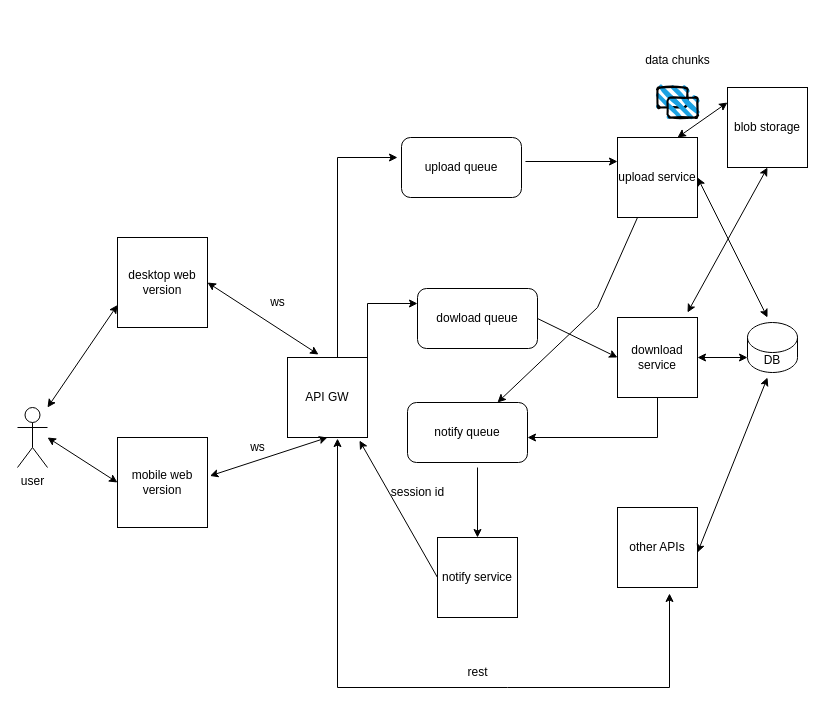
Before: large-file-upload.drawio in kasibkismath/systems-design, a draw.io diagram. Source tidied: cells renumbered, new cells numbered last; positions are measured from the earlier drawing's top-left corner, leaving out a move shared by most shapes. Both pictures are drawn from the tidied source at 100%, with x=0, y=0 at pixel (17, 45).
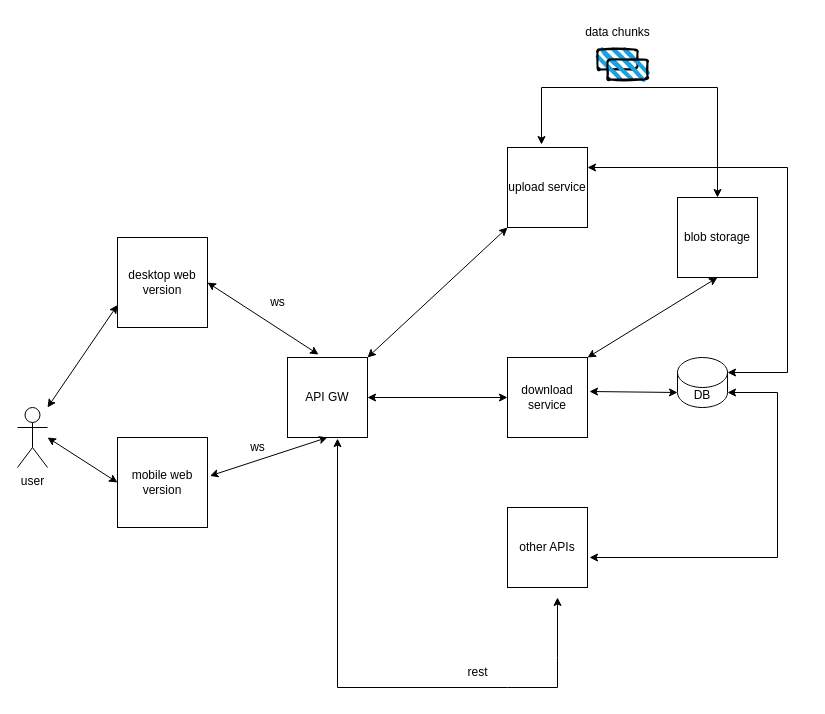
After the change.

Commit message:
removed message queues

The change refers to these unchanged cells:
```xml
<mxCell id="7" value="API GW" style="whiteSpace=wrap;html=1;" parent="1" vertex="1">
  <mxGeometry x="270" y="312" width="80" height="80" as="geometry" />
</mxCell>
```

The edit, as a diff of the source:
```diff
@@
     <mxCell id="10" value="upload service" style="whiteSpace=wrap;html=1;" parent="1" vertex="1">
-      <mxGeometry x="600" y="92" width="80" height="80" as="geometry" />
+      <mxGeometry x="490" y="102" width="80" height="80" as="geometry" />
     </mxCell>
     <mxCell id="11" value="download service" style="whiteSpace=wrap;html=1;" parent="1" vertex="1">
-      <mxGeometry x="600" y="272" width="80" height="80" as="geometry" />
+      <mxGeometry x="490" y="312" width="80" height="80" as="geometry" />
     </mxCell>
     <mxCell id="12" value="other APIs" style="whiteSpace=wrap;html=1;" parent="1" vertex="1">
-      <mxGeometry x="600" y="462" width="80" height="80" as="geometry" />
+      <mxGeometry x="490" y="462" width="80" height="80" as="geometry" />
     </mxCell>
-    <mxCell id="13" value="dowload queue" style="rounded=1;whiteSpace=wrap;html=1;" parent="1" vertex="1">
-      <mxGeometry x="400" y="243" width="120" height="60" as="geometry" />
-    </mxCell>
-    <mxCell id="14" style="endArrow=classic;startArrow=classic;html=1;rounded=0;entryX=0.65;entryY=1.075;entryDx=0;entryDy=0;entryPerimeter=0;exitX=0.625;exitY=1.013;exitDx=0;exitDy=0;exitPerimeter=0;" parent="1" edge="1" source="7" target="12">
+    <mxCell id="14" style="endArrow=classic;startArrow=classic;html=1;rounded=0;exitX=0.625;exitY=1.013;exitDx=0;exitDy=0;exitPerimeter=0;" parent="1" edge="1" source="7">
       <mxGeometry relative="1" as="geometry">
+        <mxPoint x="540" y="552" as="targetPoint" />
         <Array as="points">
           <mxPoint x="320" y="642" />
           <mxPoint x="490" y="642" />
-          <mxPoint x="652" y="642" />
+          <mxPoint x="540" y="642" />
+          <mxPoint x="540" y="612" />
         </Array>
       </mxGeometry>
     </mxCell>
@@
     <mxCell id="16" value="DB" style="shape=cylinder3;whiteSpace=wrap;html=1;boundedLbl=1;backgroundOutline=1;size=15;" parent="1" vertex="1">
-      <mxGeometry x="730" y="277" width="50" height="50" as="geometry" />
+      <mxGeometry x="660" y="312" width="50" height="50" as="geometry" />
     </mxCell>
-    <mxCell id="17" style="endArrow=classic;startArrow=classic;html=1;rounded=0;" parent="1" edge="1">
+    <mxCell id="17" style="endArrow=classic;startArrow=classic;html=1;rounded=0;exitX=1.025;exitY=0.625;exitDx=0;exitDy=0;exitPerimeter=0;entryX=1;entryY=1;entryDx=0;entryDy=-15;entryPerimeter=0;" parent="1" edge="1" source="12" target="16">
       <mxGeometry relative="1" as="geometry">
-        <mxPoint x="680" y="507" as="sourcePoint" />
-        <mxPoint x="750" y="332" as="targetPoint" />
+        <Array as="points">
+          <mxPoint x="760" y="512" />
+          <mxPoint x="760" y="347" />
+        </Array>
       </mxGeometry>
     </mxCell>
-    <mxCell id="18" style="endArrow=classic;startArrow=classic;html=1;rounded=0;exitX=1;exitY=0.5;exitDx=0;exitDy=0;entryX=0;entryY=1;entryDx=0;entryDy=-15;entryPerimeter=0;" parent="1" edge="1" source="11" target="16">
+    <mxCell id="18" style="endArrow=classic;startArrow=classic;html=1;rounded=0;exitX=1.025;exitY=0.425;exitDx=0;exitDy=0;entryX=0;entryY=1;entryDx=0;entryDy=-15;entryPerimeter=0;exitPerimeter=0;" parent="1" edge="1" source="11" target="16">
       <mxGeometry relative="1" as="geometry" />
     </mxCell>
-    <mxCell id="19" style="endArrow=classic;startArrow=classic;html=1;rounded=0;exitX=1;exitY=0.5;exitDx=0;exitDy=0;" parent="1" edge="1" source="10">
+    <mxCell id="19" style="endArrow=classic;startArrow=classic;html=1;rounded=0;exitX=1;exitY=0.25;exitDx=0;exitDy=0;entryX=1;entryY=0;entryDx=0;entryDy=15;entryPerimeter=0;" parent="1" edge="1" source="10" target="16">
       <mxGeometry relative="1" as="geometry">
-        <mxPoint x="750" y="272" as="targetPoint" />
+        <Array as="points">
+          <mxPoint x="770" y="122" />
+          <mxPoint x="770" y="327" />
+        </Array>
       </mxGeometry>
     </mxCell>
     <mxCell id="20" value="blob storage" style="whiteSpace=wrap;html=1;" parent="1" vertex="1">
-      <mxGeometry x="710" y="42" width="80" height="80" as="geometry" />
+      <mxGeometry x="660" y="152" width="80" height="80" as="geometry" />
     </mxCell>
-    <mxCell id="21" style="endArrow=classic;startArrow=classic;html=1;rounded=0;exitX=0.75;exitY=0;exitDx=0;exitDy=0;" parent="1" edge="1" source="10">
+    <mxCell id="21" style="endArrow=classic;startArrow=classic;html=1;rounded=0;entryX=0.5;entryY=0;entryDx=0;entryDy=0;exitX=0.425;exitY=-0.037;exitDx=0;exitDy=0;exitPerimeter=0;" parent="1" edge="1" source="10" target="20">
       <mxGeometry relative="1" as="geometry">
-        <mxPoint x="710" y="57" as="targetPoint" />
+        <Array as="points">
+          <mxPoint x="524" y="42" />
+          <mxPoint x="700" y="42" />
+        </Array>
       </mxGeometry>
     </mxCell>
-    <mxCell id="22" style="endArrow=classic;startArrow=classic;html=1;rounded=0;exitX=0.75;exitY=0;exitDx=0;exitDy=0;entryX=0.5;entryY=1;entryDx=0;entryDy=0;" parent="1" edge="1" target="20">
-      <mxGeometry relative="1" as="geometry">
-        <mxPoint x="670" y="267" as="sourcePoint" />
-      </mxGeometry>
+    <mxCell id="22" style="endArrow=classic;startArrow=classic;html=1;rounded=0;exitX=1;exitY=0;exitDx=0;exitDy=0;entryX=0.5;entryY=1;entryDx=0;entryDy=0;" parent="1" edge="1" source="11" target="20">
+      <mxGeometry relative="1" as="geometry" />
     </mxCell>
     <mxCell id="23" style="rounded=1;whiteSpace=wrap;html=1;strokeWidth=2;fillWeight=4;hachureGap=8;hachureAngle=45;fillColor=#1ba1e2;sketch=1;" parent="1" vertex="1">
-      <mxGeometry x="640" y="42" width="30" height="20" as="geometry" />
+      <mxGeometry x="580" y="4" width="40" height="20" as="geometry" />
     </mxCell>
-    <mxCell id="24" style="rounded=1;whiteSpace=wrap;html=1;strokeWidth=2;fillWeight=4;hachureGap=8;hachureAngle=45;fillColor=#1ba1e2;sketch=1;" parent="1" vertex="1">
-      <mxGeometry x="650" y="52" width="30" height="20" as="geometry" />
-    </mxCell>
     <mxCell id="25" value="data chunks" style="text;html=1;align=center;verticalAlign=middle;strokeColor=none;fillColor=none;" parent="1" vertex="1">
-      <mxGeometry x="615" width="90" height="30" as="geometry" />
+      <mxGeometry x="555" y="-28" width="90" height="30" as="geometry" />
     </mxCell>
-    <mxCell id="26" value="upload queue" style="rounded=1;whiteSpace=wrap;html=1;" parent="1" vertex="1">
-      <mxGeometry x="384" y="92" width="120" height="60" as="geometry" />
-    </mxCell>
-    <mxCell id="27" style="endArrow=classic;html=1;rounded=0;exitX=1.033;exitY=0.4;exitDx=0;exitDy=0;exitPerimeter=0;" parent="1" edge="1" source="26">
-      <mxGeometry relative="1" as="geometry">
-        <mxPoint x="600" y="116" as="targetPoint" />
-      </mxGeometry>
-    </mxCell>
-    <mxCell id="28" style="endArrow=classic;html=1;rounded=0;" parent="1" edge="1">
-      <mxGeometry relative="1" as="geometry">
-        <mxPoint x="320" y="312" as="sourcePoint" />
-        <mxPoint x="380" y="112" as="targetPoint" />
-        <Array as="points">
-          <mxPoint x="320" y="112" />
-        </Array>
-      </mxGeometry>
-    </mxCell>
-    <mxCell id="29" style="endArrow=classic;html=1;rounded=0;exitX=1;exitY=0;exitDx=0;exitDy=0;entryX=0;entryY=0.25;entryDx=0;entryDy=0;" parent="1" edge="1" source="7" target="13">
-      <mxGeometry relative="1" as="geometry">
-        <Array as="points">
-          <mxPoint x="350" y="258" />
-        </Array>
-      </mxGeometry>
-    </mxCell>
-    <mxCell id="30" style="endArrow=classic;html=1;rounded=0;exitX=1;exitY=0.5;exitDx=0;exitDy=0;entryX=0;entryY=0.5;entryDx=0;entryDy=0;" parent="1" edge="1" source="13" target="11">
-      <mxGeometry relative="1" as="geometry" />
-    </mxCell>
-    <mxCell id="31" value="notify service" style="whiteSpace=wrap;html=1;" parent="1" vertex="1">
-      <mxGeometry x="420" y="492" width="80" height="80" as="geometry" />
-    </mxCell>
@@
-    <mxCell id="34" value="notify queue" style="rounded=1;whiteSpace=wrap;html=1;" parent="1" vertex="1">
-      <mxGeometry x="390" y="357" width="120" height="60" as="geometry" />
-    </mxCell>
-    <mxCell id="35" style="endArrow=classic;html=1;rounded=0;exitX=0.25;exitY=1;exitDx=0;exitDy=0;entryX=0.75;entryY=0;entryDx=0;entryDy=0;" parent="1" edge="1" source="10" target="34">
-      <mxGeometry relative="1" as="geometry">
-        <Array as="points">
-          <mxPoint x="580" y="262" />
-        </Array>
-      </mxGeometry>
-    </mxCell>
-    <mxCell id="36" style="endArrow=classic;html=1;rounded=0;exitX=0.5;exitY=1;exitDx=0;exitDy=0;" parent="1" edge="1" source="11">
-      <mxGeometry relative="1" as="geometry">
-        <mxPoint x="510" y="392" as="targetPoint" />
-        <Array as="points">
-          <mxPoint x="640" y="392" />
-        </Array>
-      </mxGeometry>
-    </mxCell>
-    <mxCell id="37" style="endArrow=classic;html=1;rounded=0;entryX=0.5;entryY=0;entryDx=0;entryDy=0;" parent="1" edge="1" target="31">
-      <mxGeometry relative="1" as="geometry">
-        <mxPoint x="460" y="422" as="sourcePoint" />
-      </mxGeometry>
-    </mxCell>
-    <mxCell id="38" style="endArrow=classic;html=1;rounded=0;entryX=0.9;entryY=1.038;entryDx=0;entryDy=0;entryPerimeter=0;exitX=0;exitY=0.5;exitDx=0;exitDy=0;" parent="1" edge="1" source="31" target="7">
-      <mxGeometry relative="1" as="geometry" />
-    </mxCell>
-    <mxCell id="39" value="session id" style="text;html=1;align=center;verticalAlign=middle;strokeColor=none;fillColor=none;" parent="1" vertex="1">
-      <mxGeometry x="360" y="432" width="80" height="30" as="geometry" />
-    </mxCell>
+    <mxCell id="40" style="endArrow=classic;startArrow=classic;html=1;rounded=0;entryX=0;entryY=0.5;entryDx=0;entryDy=0;exitX=1;exitY=0.5;exitDx=0;exitDy=0;" parent="1" edge="1" source="7" target="11">
+      <mxGeometry relative="1" as="geometry" />
+    </mxCell>
+    <mxCell id="41" style="endArrow=classic;startArrow=classic;html=1;rounded=0;entryX=0;entryY=1;entryDx=0;entryDy=0;" parent="1" edge="1" target="10">
+      <mxGeometry relative="1" as="geometry">
+        <mxPoint x="350" y="312" as="sourcePoint" />
+      </mxGeometry>
+    </mxCell>
+    <mxCell id="42" style="rounded=1;whiteSpace=wrap;html=1;strokeWidth=2;fillWeight=4;hachureGap=8;hachureAngle=45;fillColor=#1ba1e2;sketch=1;" parent="1" vertex="1">
+      <mxGeometry x="590" y="14" width="40" height="20" as="geometry" />
+    </mxCell>
```
